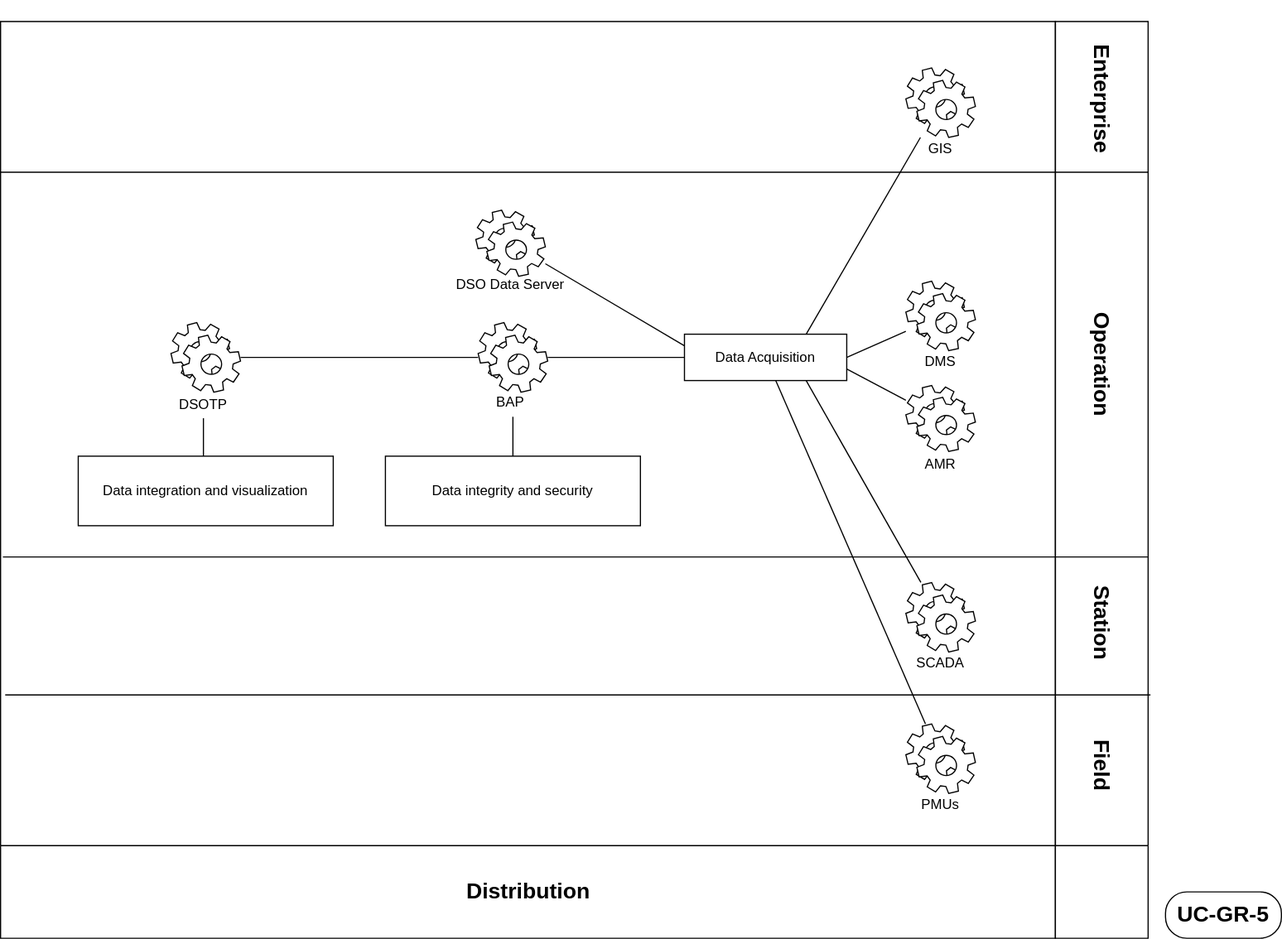
The draw.io diagram docs/platone/uc-gr-5-pmu-integration-and-data-visualization-for-flexibility-services-management/UC_GR_1_2_3_4_UCdiagrams-UC5.svg in smart-grid-use-cases/smart-grid-use-cases.github.io, before a commit. Source tidied: cells renumbered, new cells last; positions are measured from the earlier drawing's top-left corner, leaving out a move shared by most shapes. The source it was exported from:
```xml
<mxGraphModel>
  <root>
    <mxCell id="0" />
    <mxCell id="1" parent="0" />
    <mxCell id="2" value="&lt;font style=&quot;font-size: 19px;&quot;&gt;Distribution&lt;/font&gt;" style="swimlane;html=1;startSize=80;flipV=1;fontSize=19;fontStyle=1;" parent="1" vertex="1">
      <mxGeometry width="910" height="791" as="geometry" />
    </mxCell>
    <mxCell id="3" value="GIS" style="text;html=1;strokeColor=none;fillColor=none;align=center;verticalAlign=middle;whiteSpace=wrap;rounded=0;" parent="2" vertex="1">
      <mxGeometry x="791" y="100" width="40" height="19" as="geometry" />
    </mxCell>
    <mxCell id="4" style="shape=mxgraph.bpmn.service_task;html=1;outlineConnect=0;" parent="2" vertex="1">
      <mxGeometry x="781" y="40" width="60" height="60" as="geometry" />
    </mxCell>
    <mxCell id="5" value="DMS" style="text;html=1;strokeColor=none;fillColor=none;align=center;verticalAlign=middle;whiteSpace=wrap;rounded=0;" parent="2" vertex="1">
      <mxGeometry x="791" y="284" width="40" height="19" as="geometry" />
    </mxCell>
    <mxCell id="6" style="shape=mxgraph.bpmn.service_task;html=1;outlineConnect=0;" parent="2" vertex="1">
      <mxGeometry x="781" y="224" width="60" height="60" as="geometry" />
    </mxCell>
    <mxCell id="7" value="AMR" style="text;html=1;strokeColor=none;fillColor=none;align=center;verticalAlign=middle;whiteSpace=wrap;rounded=0;" parent="2" vertex="1">
      <mxGeometry x="791" y="372" width="40" height="19" as="geometry" />
    </mxCell>
    <mxCell id="8" style="shape=mxgraph.bpmn.service_task;html=1;outlineConnect=0;" parent="2" vertex="1">
      <mxGeometry x="781" y="314" width="60" height="57" as="geometry" />
    </mxCell>
    <mxCell id="9" value="SCADA" style="text;html=1;strokeColor=none;fillColor=none;align=center;verticalAlign=middle;whiteSpace=wrap;rounded=0;" parent="2" vertex="1">
      <mxGeometry x="791" y="544" width="40" height="19" as="geometry" />
    </mxCell>
    <mxCell id="10" style="shape=mxgraph.bpmn.service_task;html=1;outlineConnect=0;" parent="2" vertex="1">
      <mxGeometry x="781" y="484" width="60" height="60" as="geometry" />
    </mxCell>
    <mxCell id="11" value="Data Acquisition" style="rounded=0;whiteSpace=wrap;html=1;" parent="2" vertex="1">
      <mxGeometry x="590" y="269.8" width="140" height="40" as="geometry" />
    </mxCell>
    <mxCell id="12" style="shape=mxgraph.bpmn.service_task;html=1;outlineConnect=0;" parent="2" vertex="1">
      <mxGeometry x="410" y="162.8" width="60" height="57" as="geometry" />
    </mxCell>
    <mxCell id="13" value="DSO Data Server" style="text;html=1;strokeColor=none;fillColor=none;align=center;verticalAlign=middle;whiteSpace=wrap;rounded=0;" parent="2" vertex="1">
      <mxGeometry x="390" y="221.8" width="100" height="11" as="geometry" />
    </mxCell>
    <mxCell id="14" value="Data integrity and security" style="rounded=0;whiteSpace=wrap;html=1;" parent="2" vertex="1">
      <mxGeometry x="332" y="375" width="220" height="60" as="geometry" />
    </mxCell>
    <mxCell id="15" value="BAP" style="text;html=1;strokeColor=none;fillColor=none;align=center;verticalAlign=middle;whiteSpace=wrap;rounded=0;" parent="2" vertex="1">
      <mxGeometry x="380" y="314.8" width="120" height="27.5" as="geometry" />
    </mxCell>
    <mxCell id="16" style="shape=mxgraph.bpmn.service_task;html=1;outlineConnect=0;" parent="2" vertex="1">
      <mxGeometry x="412" y="259.8" width="60" height="60" as="geometry" />
    </mxCell>
    <mxCell id="17" style="endArrow=none;html=1;" parent="2" edge="1">
      <mxGeometry relative="1" as="geometry">
        <mxPoint x="2" y="462" as="sourcePoint" />
        <mxPoint x="990" y="462" as="targetPoint" />
        <Array as="points">
          <mxPoint x="182" y="462" />
        </Array>
      </mxGeometry>
    </mxCell>
    <mxCell id="18" style="endArrow=none;html=1;" parent="2" edge="1">
      <mxGeometry relative="1" as="geometry">
        <mxPoint y="130" as="sourcePoint" />
        <mxPoint x="990" y="130" as="targetPoint" />
        <Array as="points">
          <mxPoint y="130" />
        </Array>
      </mxGeometry>
    </mxCell>
    <mxCell id="19" style="endArrow=none;html=1;fontSize=19;exitX=0.75;exitY=0;exitDx=0;exitDy=0;" parent="2" edge="1" source="11" target="4">
      <mxGeometry relative="1" as="geometry" />
    </mxCell>
    <mxCell id="20" style="endArrow=none;html=1;fontSize=19;exitX=1;exitY=0.5;exitDx=0;exitDy=0;" parent="2" edge="1" source="11" target="6">
      <mxGeometry relative="1" as="geometry" />
    </mxCell>
    <mxCell id="21" style="endArrow=none;html=1;fontSize=19;exitX=1;exitY=0.75;exitDx=0;exitDy=0;" parent="2" edge="1" source="11" target="8">
      <mxGeometry relative="1" as="geometry" />
    </mxCell>
    <mxCell id="22" style="endArrow=none;html=1;fontSize=19;entryX=0;entryY=0.25;entryDx=0;entryDy=0;" parent="2" edge="1" source="12" target="11">
      <mxGeometry relative="1" as="geometry" />
    </mxCell>
    <mxCell id="23" style="endArrow=none;html=1;fontSize=19;entryX=0;entryY=0.5;entryDx=0;entryDy=0;" parent="2" edge="1" source="16" target="11">
      <mxGeometry relative="1" as="geometry" />
    </mxCell>
    <mxCell id="24" style="endArrow=none;html=1;fontSize=19;exitX=0.5;exitY=0;exitDx=0;exitDy=0;" parent="2" edge="1" source="14">
      <mxGeometry relative="1" as="geometry">
        <mxPoint x="442" y="341" as="targetPoint" />
      </mxGeometry>
    </mxCell>
    <mxCell id="25" style="endArrow=none;html=1;fontSize=19;exitX=0.75;exitY=1;exitDx=0;exitDy=0;" parent="2" edge="1" source="11" target="10">
      <mxGeometry relative="1" as="geometry" />
    </mxCell>
    <mxCell id="26" style="endArrow=none;html=1;" parent="2" edge="1">
      <mxGeometry relative="1" as="geometry">
        <mxPoint x="4" y="581" as="sourcePoint" />
        <mxPoint x="992" y="581" as="targetPoint" />
        <Array as="points">
          <mxPoint x="184" y="581" />
        </Array>
      </mxGeometry>
    </mxCell>
    <mxCell id="27" value="PMUs" style="text;html=1;strokeColor=none;fillColor=none;align=center;verticalAlign=middle;whiteSpace=wrap;rounded=0;" parent="2" vertex="1">
      <mxGeometry x="791" y="666" width="40" height="19" as="geometry" />
    </mxCell>
    <mxCell id="28" style="shape=mxgraph.bpmn.service_task;html=1;outlineConnect=0;" parent="2" vertex="1">
      <mxGeometry x="781" y="606" width="60" height="60" as="geometry" />
    </mxCell>
    <mxCell id="29" style="endArrow=none;html=1;fontSize=19;" parent="2" edge="1" source="11" target="28">
      <mxGeometry relative="1" as="geometry" />
    </mxCell>
    <mxCell id="30" value="Data integration and visualization" style="rounded=0;whiteSpace=wrap;html=1;" parent="2" vertex="1">
      <mxGeometry x="67" y="375" width="220" height="60" as="geometry" />
    </mxCell>
    <mxCell id="31" value="DSOTP" style="text;html=1;strokeColor=none;fillColor=none;align=center;verticalAlign=middle;whiteSpace=wrap;rounded=0;" parent="2" vertex="1">
      <mxGeometry x="115" y="320" width="120" height="22.2" as="geometry" />
    </mxCell>
    <mxCell id="32" style="shape=mxgraph.bpmn.service_task;html=1;outlineConnect=0;" parent="2" vertex="1">
      <mxGeometry x="147" y="259.8" width="60" height="60" as="geometry" />
    </mxCell>
    <mxCell id="33" style="endArrow=none;html=1;fontSize=19;entryX=0.5;entryY=1;entryDx=0;entryDy=0;" parent="2" edge="1" target="31">
      <mxGeometry relative="1" as="geometry">
        <mxPoint x="175" y="375" as="sourcePoint" />
      </mxGeometry>
    </mxCell>
    <mxCell id="34" style="endArrow=none;html=1;fontSize=19;" parent="2" edge="1" source="32" target="16">
      <mxGeometry relative="1" as="geometry" />
    </mxCell>
    <mxCell id="35" style="swimlane;html=1;startSize=80;flipV=1;" parent="1" vertex="1">
      <mxGeometry x="910" width="80" height="791" as="geometry" />
    </mxCell>
    <mxCell id="36" value="&lt;font style=&quot;font-size: 19px;&quot;&gt;&lt;b style=&quot;font-size: 19px;&quot;&gt;Enterprise&lt;/b&gt;&lt;/font&gt;" style="text;html=1;strokeColor=none;fillColor=none;align=center;verticalAlign=middle;whiteSpace=wrap;rounded=0;fontSize=19;rotation=90;" parent="35" vertex="1">
      <mxGeometry x="-45" y="47" width="170" height="40" as="geometry" />
    </mxCell>
    <mxCell id="37" value="&lt;font style=&quot;font-size: 19px;&quot;&gt;&lt;b style=&quot;font-size: 19px;&quot;&gt;Operation&lt;/b&gt;&lt;/font&gt;" style="text;html=1;strokeColor=none;fillColor=none;align=center;verticalAlign=middle;whiteSpace=wrap;rounded=0;fontSize=19;rotation=90;" parent="35" vertex="1">
      <mxGeometry x="-45" y="276" width="170" height="40" as="geometry" />
    </mxCell>
    <mxCell id="38" value="&lt;font style=&quot;font-size: 19px;&quot;&gt;&lt;b style=&quot;font-size: 19px;&quot;&gt;Station&lt;/b&gt;&lt;/font&gt;" style="text;html=1;strokeColor=none;fillColor=none;align=center;verticalAlign=middle;whiteSpace=wrap;rounded=0;fontSize=19;rotation=90;" parent="35" vertex="1">
      <mxGeometry x="-45" y="499" width="170" height="40" as="geometry" />
    </mxCell>
    <mxCell id="39" value="&lt;font style=&quot;font-size: 19px&quot;&gt;&lt;b style=&quot;font-size: 19px&quot;&gt;Field&lt;/b&gt;&lt;/font&gt;" style="text;html=1;strokeColor=none;fillColor=none;align=center;verticalAlign=middle;whiteSpace=wrap;rounded=0;fontSize=19;rotation=90;" parent="35" vertex="1">
      <mxGeometry x="-45" y="622" width="170" height="40" as="geometry" />
    </mxCell>
    <mxCell id="40" value="UC-GR-5" style="rounded=1;whiteSpace=wrap;html=1;fontSize=19;arcSize=46;fontStyle=1;" parent="1" vertex="1">
      <mxGeometry x="1005" y="751" width="100" height="40" as="geometry" />
    </mxCell>
  </root>
</mxGraphModel>
```
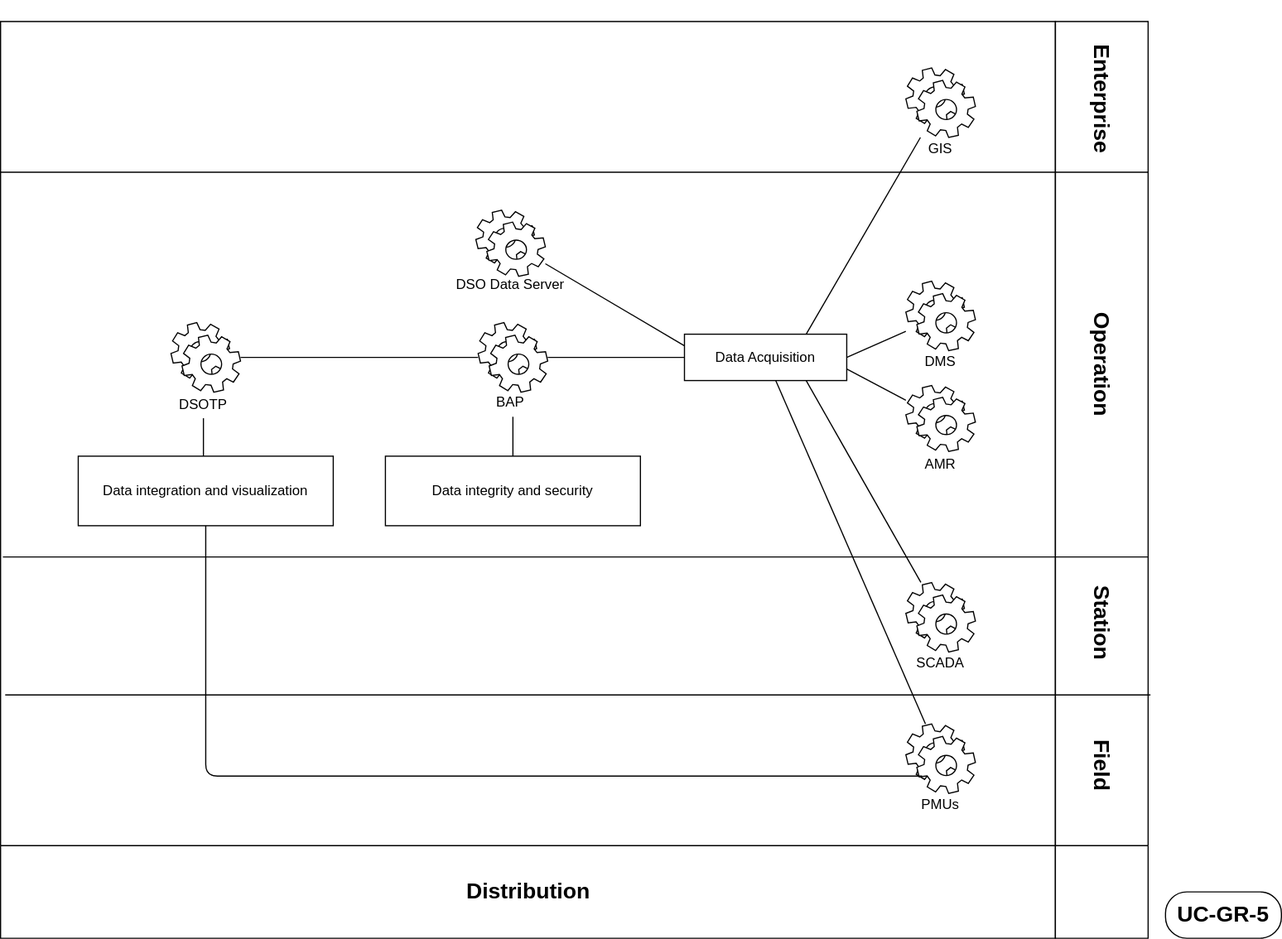
After the commit.

Diff of the diagram source:
```diff
@@ -123,6 +123,14 @@
     <mxCell id="34" style="endArrow=none;html=1;fontSize=19;" parent="2" edge="1" source="32" target="16">
       <mxGeometry relative="1" as="geometry" />
     </mxCell>
+    <mxCell id="41" style="endArrow=none;html=1;fontSize=19;exitX=0.5;exitY=1;exitDx=0;exitDy=0;entryX=0.233;entryY=0.75;entryDx=0;entryDy=0;entryPerimeter=0;" parent="2" edge="1" source="30" target="28">
+      <mxGeometry relative="1" as="geometry">
+        <Array as="points">
+          <mxPoint x="177" y="521" />
+          <mxPoint x="177" y="651" />
+        </Array>
+      </mxGeometry>
+    </mxCell>
     <mxCell id="35" style="swimlane;html=1;startSize=80;flipV=1;" parent="1" vertex="1">
       <mxGeometry x="910" width="80" height="791" as="geometry" />
     </mxCell>
```
